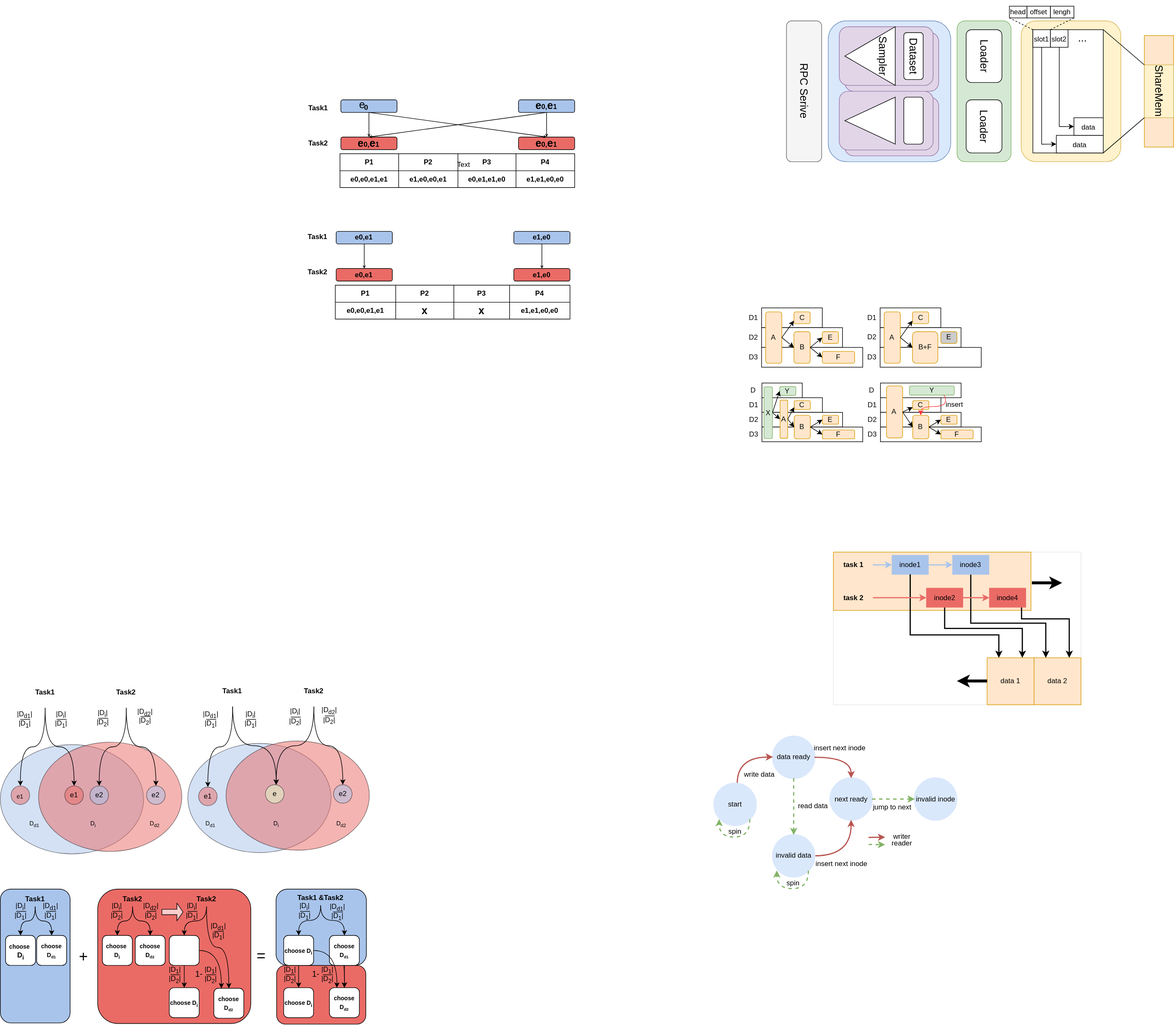
Before: icse2022.svg, a diagram exported from draw.io (XieJiann/imgHost). Source tidied: cells renumbered, new cells last; positions are measured from the earlier drawing's top-left corner, leaving out a move shared by most shapes.
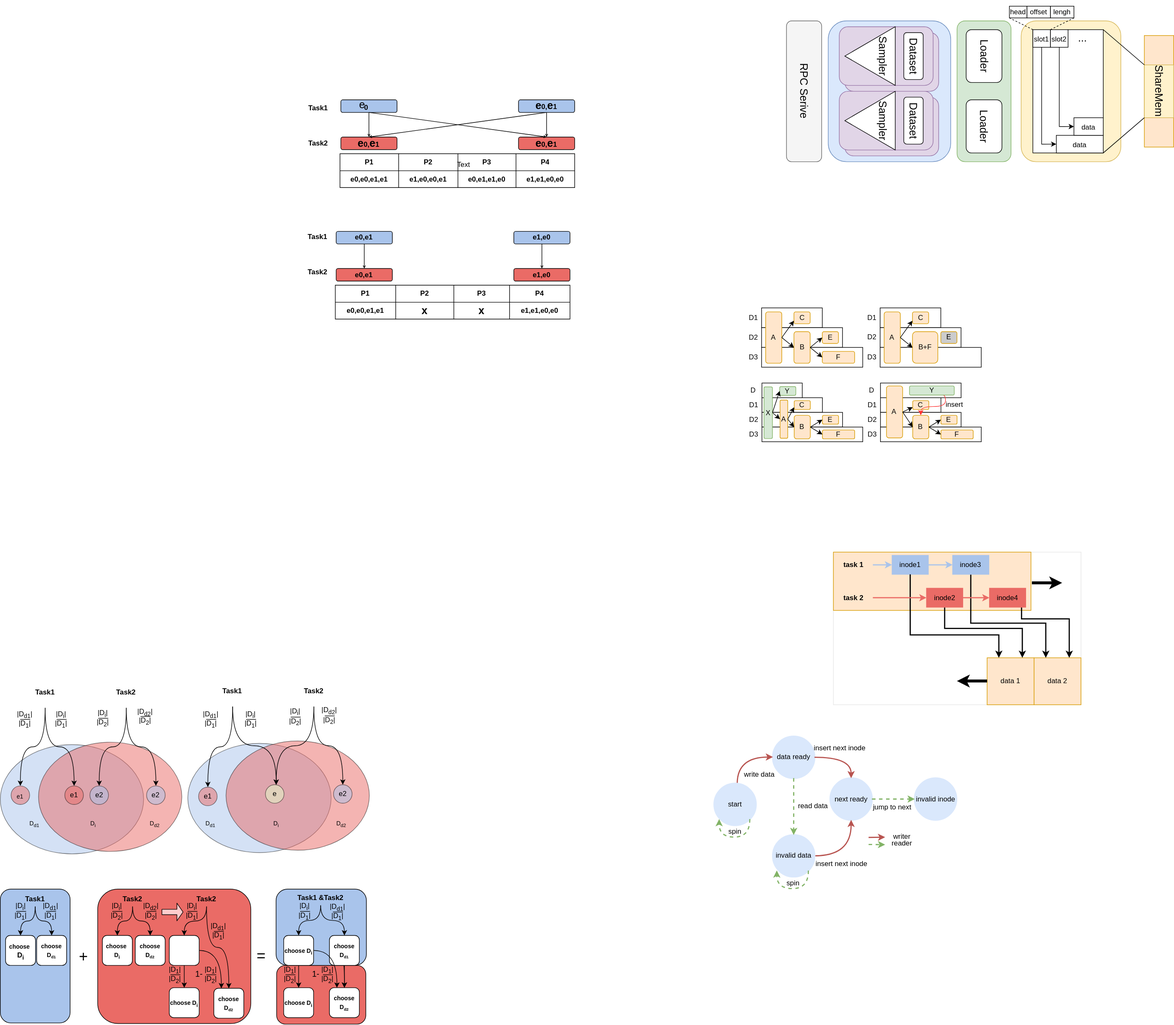
The same diagram one commit later.

Diff of the diagram source:
```diff
@@ -1153,12 +1153,18 @@
     <mxCell id="340" style="rounded=1;whiteSpace=wrap;html=1;fillColor=#e1d5e7;strokeColor=#9673a6;" parent="338" vertex="1">
       <mxGeometry width="160" height="100" as="geometry" />
     </mxCell>
-    <mxCell id="341" style="triangle;whiteSpace=wrap;html=1;rotation=-180;" parent="338" vertex="1">
-      <mxGeometry x="9.4" y="10" width="86" height="80" as="geometry" />
-    </mxCell>
+    <mxCell id="368" style="triangle;whiteSpace=wrap;html=1;rotation=-180;" parent="338" vertex="1">
+      <mxGeometry x="9.4" width="86" height="100" as="geometry" />
+    </mxCell>
     <mxCell id="342" style="rounded=1;whiteSpace=wrap;html=1;" parent="338" vertex="1">
       <mxGeometry x="110" y="10" width="33" height="80" as="geometry" />
     </mxCell>
+    <mxCell id="369" value="&lt;span style=&quot;font-size: 18px&quot;&gt;Sampler&lt;/span&gt;" style="text;html=1;strokeColor=none;fillColor=none;align=center;verticalAlign=middle;whiteSpace=wrap;rounded=0;rotation=90;" parent="338" vertex="1">
+      <mxGeometry x="40" y="35" width="67.6" height="30" as="geometry" />
+    </mxCell>
+    <mxCell id="370" value="&lt;span style=&quot;font-size: 18px&quot;&gt;Dataset&lt;/span&gt;" style="text;html=1;strokeColor=none;fillColor=none;align=center;verticalAlign=middle;whiteSpace=wrap;rounded=0;rotation=90;" parent="338" vertex="1">
+      <mxGeometry x="92.7" y="35" width="67.6" height="30" as="geometry" />
+    </mxCell>
     <mxCell id="343" style="rounded=1;whiteSpace=wrap;html=1;fillColor=#d5e8d4;strokeColor=#82b366;" parent="328" vertex="1">
       <mxGeometry x="200.8" width="92" height="240" as="geometry" />
     </mxCell>
```
